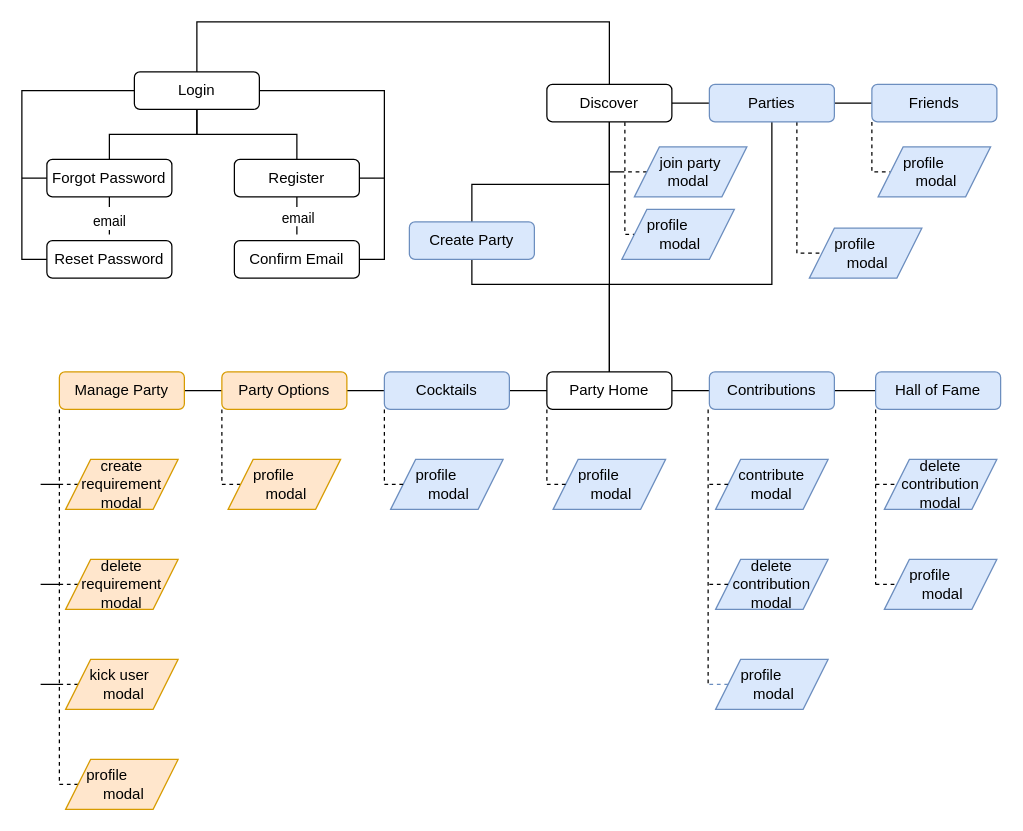
This is project_plans/diagrams/oldal_terkep.drawio from zsomborCzaban/party_organizer, a draw.io file, before an edit. Source tidied: cells renumbered, new cells numbered last; positions are measured from the earlier drawing's top-left corner, leaving out a move shared by most shapes. Both pictures are drawn from the tidied source at 125%, with x=0, y=0 at pixel (21, 21).
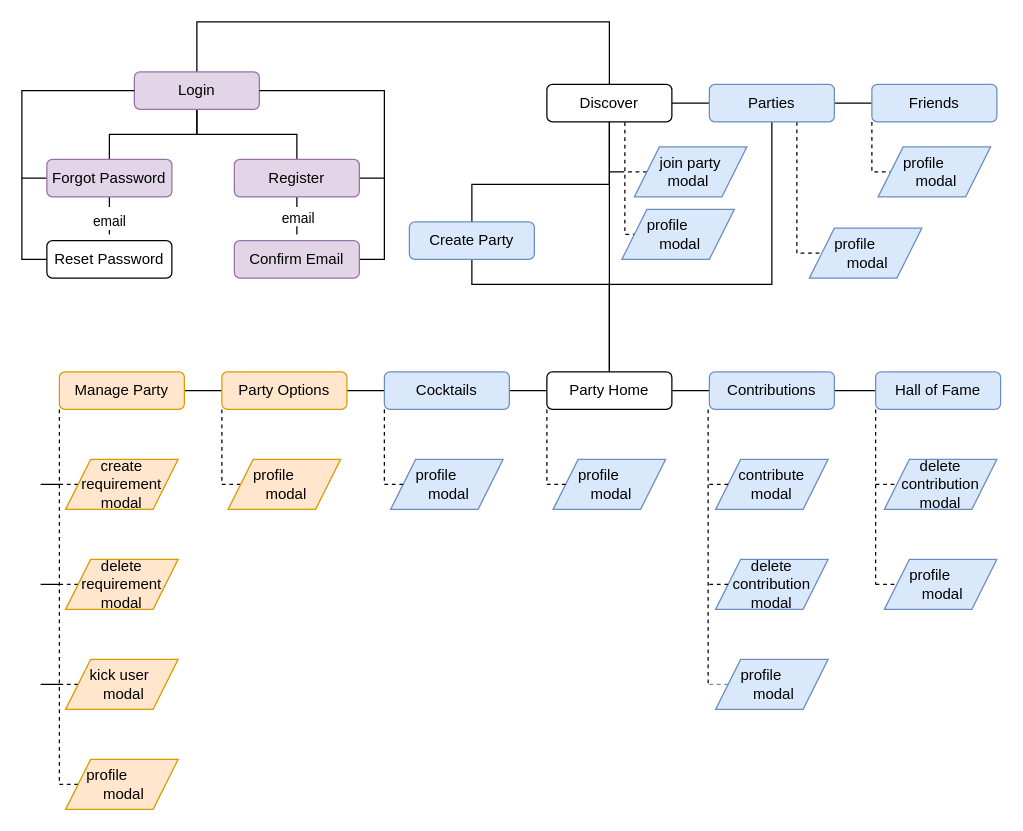
The same page after the edit.

The edit, as a diff of the source:
```diff
@@
-    <mxCell id="10" value="Login" style="rounded=1;whiteSpace=wrap;html=1;" parent="1" vertex="1">
+    <mxCell id="10" value="Login" style="rounded=1;whiteSpace=wrap;html=1;fillColor=#e1d5e7;strokeColor=#9673a6;" parent="1" vertex="1">
       <mxGeometry x="90" y="40" width="100" height="30" as="geometry" />
     </mxCell>
@@
-    <mxCell id="14" value="Register" style="rounded=1;whiteSpace=wrap;html=1;" parent="1" vertex="1">
+    <mxCell id="14" value="Register" style="rounded=1;whiteSpace=wrap;html=1;fillColor=#e1d5e7;strokeColor=#9673a6;" parent="1" vertex="1">
       <mxGeometry x="170" y="110" width="100" height="30" as="geometry" />
     </mxCell>
@@
-    <mxCell id="16" value="Confirm Email" style="rounded=1;whiteSpace=wrap;html=1;" parent="1" vertex="1">
+    <mxCell id="16" value="Confirm Email" style="rounded=1;whiteSpace=wrap;html=1;fillColor=#e1d5e7;strokeColor=#9673a6;" parent="1" vertex="1">
       <mxGeometry x="170" y="175" width="100" height="30" as="geometry" />
     </mxCell>
@@
-    <mxCell id="22" value="Forgot Password" style="rounded=1;whiteSpace=wrap;html=1;" parent="1" vertex="1">
+    <mxCell id="22" value="Forgot Password" style="rounded=1;whiteSpace=wrap;html=1;fillColor=#e1d5e7;strokeColor=#9673a6;" parent="1" vertex="1">
       <mxGeometry x="20" y="110" width="100" height="30" as="geometry" />
     </mxCell>
```
